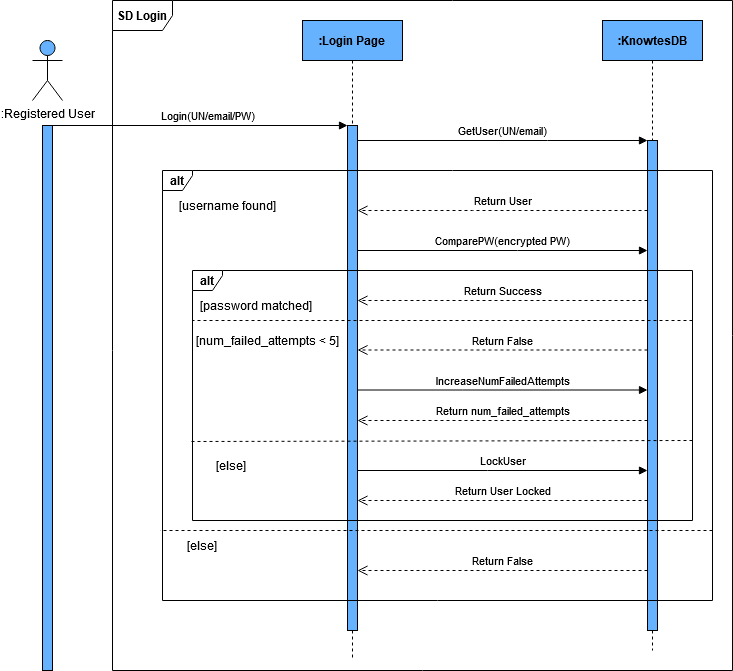
Above: Knowtes Login UML Sequence Diagram.png in ProjFall2025/Team3 (draw.io), before the change. Source tidied: cells renumbered, new cells last; positions are measured from the earlier drawing's top-left corner, leaving out a move shared by most shapes.
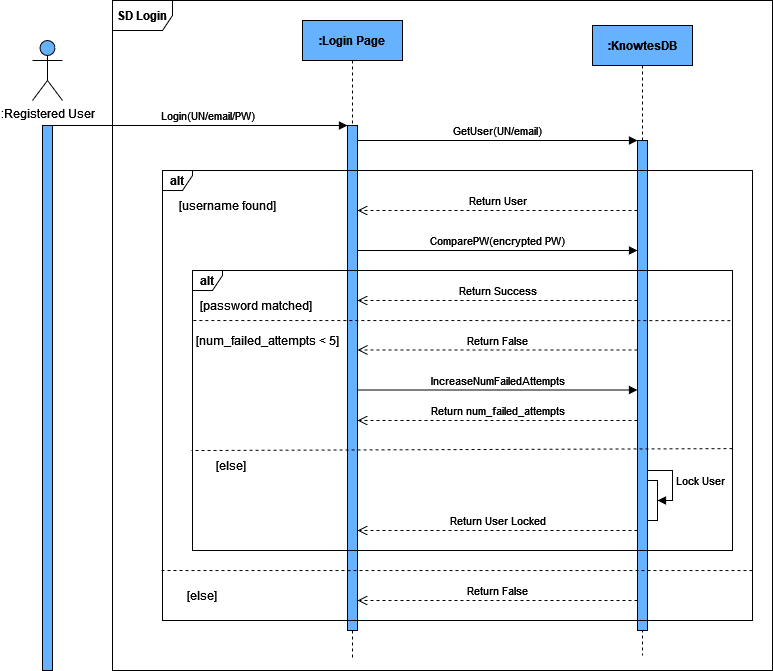
The same diagram one commit later.

Commit message:
Updated Use Case and Sequence Diagrams

Change to the diagram source:
```diff
@@ -34,14 +34,25 @@
       <mxGeometry y="40" width="30" height="60" as="geometry" />
     </mxCell>
     <mxCell id="8" value="&lt;b&gt;SD Login&lt;/b&gt;" style="shape=umlFrame;whiteSpace=wrap;html=1;" parent="1" vertex="1">
-      <mxGeometry x="80" width="620" height="670" as="geometry" />
+      <mxGeometry x="80" width="660" height="670" as="geometry" />
     </mxCell>
     <mxCell id="9" value="&lt;b&gt;:KnowtesDB&lt;/b&gt;" style="shape=umlLifeline;perimeter=lifelinePerimeter;whiteSpace=wrap;html=1;newEdgeStyle={&quot;edgeStyle&quot;:&quot;elbowEdgeStyle&quot;,&quot;elbow&quot;:&quot;vertical&quot;,&quot;curved&quot;:0,&quot;rounded&quot;:0};fillColor=#66B2FF;" parent="1" vertex="1">
-      <mxGeometry x="570" y="20" width="100" height="630" as="geometry" />
+      <mxGeometry x="560" y="25" width="100" height="630" as="geometry" />
     </mxCell>
     <mxCell id="10" style="html=1;points=[];perimeter=orthogonalPerimeter;outlineConnect=0;targetShapes=umlLifeline;portConstraint=eastwest;newEdgeStyle={&quot;edgeStyle&quot;:&quot;elbowEdgeStyle&quot;,&quot;elbow&quot;:&quot;vertical&quot;,&quot;curved&quot;:0,&quot;rounded&quot;:0};fillColor=#66B2FF;" parent="9" vertex="1">
-      <mxGeometry x="45" y="120" width="10" height="490" as="geometry" />
+      <mxGeometry x="45" y="115" width="10" height="490" as="geometry" />
     </mxCell>
+    <mxCell id="30" style="html=1;points=[[0,0,0,0,5],[0,1,0,0,-5],[1,0,0,0,5],[1,1,0,0,-5]];perimeter=orthogonalPerimeter;outlineConnect=0;targetShapes=umlLifeline;portConstraint=eastwest;newEdgeStyle={&quot;curved&quot;:0,&quot;rounded&quot;:0};" parent="9" vertex="1">
+      <mxGeometry x="55" y="455" width="10" height="40" as="geometry" />
+    </mxCell>
+    <mxCell id="31" value="Lock User" style="html=1;align=left;spacingLeft=2;endArrow=block;rounded=0;edgeStyle=orthogonalEdgeStyle;curved=0;rounded=0;" parent="9" edge="1" source="10" target="30">
+      <mxGeometry relative="1" as="geometry">
+        <Array as="points">
+          <mxPoint x="80" y="445" />
+          <mxPoint x="80" y="475" />
+        </Array>
+      </mxGeometry>
+    </mxCell>
     <mxCell id="11" value="GetUser(UN/email)" style="html=1;verticalAlign=bottom;endArrow=block;edgeStyle=elbowEdgeStyle;elbow=vertical;curved=0;rounded=0;" parent="1" edge="1" source="3" target="10">
       <mxGeometry relative="1" as="geometry">
         <Array as="points">
@@ -51,27 +62,28 @@
         </Array>
       </mxGeometry>
     </mxCell>
-    <mxCell id="12" value="Return False" style="html=1;verticalAlign=bottom;endArrow=open;dashed=1;endSize=8;edgeStyle=elbowEdgeStyle;elbow=vertical;curved=0;rounded=0;" parent="1" edge="1" source="10" target="3">
+    <mxCell id="12" value="Return False" style="html=1;verticalAlign=bottom;endArrow=open;dashed=1;endSize=8;edgeStyle=elbowEdgeStyle;elbow=vertical;curved=0;rounded=0;" parent="1" edge="1">
       <mxGeometry relative="1" as="geometry">
+        <mxPoint x="605" y="600" as="sourcePoint" />
+        <mxPoint x="325" y="600" as="targetPoint" />
         <Array as="points">
-          <mxPoint x="510" y="570" />
-          <mxPoint x="525" y="560" />
-          <mxPoint x="370" y="550" />
-          <mxPoint x="400" y="490" />
-          <mxPoint x="480" y="550" />
-          <mxPoint x="495" y="530" />
-          <mxPoint x="495" y="530" />
-          <mxPoint x="505" y="630" />
+          <mxPoint x="510" y="600" />
+          <mxPoint x="525" y="590" />
+          <mxPoint x="370" y="580" />
+          <mxPoint x="400" y="520" />
+          <mxPoint x="480" y="580" />
+          <mxPoint x="495" y="560" />
+          <mxPoint x="495" y="560" />
+          <mxPoint x="505" y="660" />
         </Array>
       </mxGeometry>
     </mxCell>
     <mxCell id="13" value="&lt;b&gt;alt&lt;/b&gt;" style="shape=umlFrame;whiteSpace=wrap;html=1;width=30;height=20;" parent="1" vertex="1">
-      <mxGeometry x="130" y="170" width="550" height="430" as="geometry" />
+      <mxGeometry x="130" y="170" width="590" height="450" as="geometry" />
     </mxCell>
-    <mxCell id="14" style="endArrow=none;dashed=1;html=1;rounded=0;exitX=0.996;exitY=0.8;exitDx=0;exitDy=0;exitPerimeter=0;entryX=-0.008;entryY=0.8;entryDx=0;entryDy=0;entryPerimeter=0;" parent="1" edge="1">
+    <mxCell id="14" style="endArrow=none;dashed=1;html=1;rounded=0;exitX=1;exitY=0.889;exitDx=0;exitDy=0;exitPerimeter=0;entryX=-0.008;entryY=0.8;entryDx=0;entryDy=0;entryPerimeter=0;" parent="1" edge="1" source="13">
       <mxGeometry relative="1" as="geometry">
-        <mxPoint x="680" y="530" as="sourcePoint" />
-        <mxPoint x="127.8" y="530" as="targetPoint" />
+        <mxPoint x="127.8" y="570" as="targetPoint" />
       </mxGeometry>
     </mxCell>
     <mxCell id="15" value="ComparePW(encrypted PW)" style="html=1;verticalAlign=bottom;endArrow=block;edgeStyle=elbowEdgeStyle;elbow=vertical;curved=0;rounded=0;" parent="1" edge="1" source="3" target="10">
@@ -82,7 +94,7 @@
       </mxGeometry>
     </mxCell>
     <mxCell id="16" value="&lt;b&gt;alt&lt;/b&gt;" style="shape=umlFrame;whiteSpace=wrap;html=1;width=30;height=20;" parent="1" vertex="1">
-      <mxGeometry x="160" y="270" width="500" height="250" as="geometry" />
+      <mxGeometry x="160" y="270" width="540" height="280" as="geometry" />
     </mxCell>
     <mxCell id="17" value="Return Success" style="html=1;verticalAlign=bottom;endArrow=open;dashed=1;endSize=8;edgeStyle=elbowEdgeStyle;elbow=vertical;curved=0;rounded=0;" parent="1" edge="1" source="10" target="3">
       <mxGeometry relative="1" as="geometry">
@@ -98,15 +110,13 @@
         </Array>
       </mxGeometry>
     </mxCell>
-    <mxCell id="18" style="endArrow=none;dashed=1;html=1;rounded=0;" parent="1" edge="1">
+    <mxCell id="18" style="endArrow=none;dashed=1;html=1;rounded=0;exitX=0.996;exitY=0.179;exitDx=0;exitDy=0;exitPerimeter=0;" parent="1" edge="1" source="16">
       <mxGeometry relative="1" as="geometry">
-        <mxPoint x="660" y="320" as="sourcePoint" />
         <mxPoint x="160" y="320" as="targetPoint" />
       </mxGeometry>
     </mxCell>
-    <mxCell id="19" value="Return False" style="html=1;verticalAlign=bottom;endArrow=open;dashed=1;endSize=8;edgeStyle=elbowEdgeStyle;elbow=vertical;curved=0;rounded=0;" parent="1" edge="1">
+    <mxCell id="19" value="Return False" style="html=1;verticalAlign=bottom;endArrow=open;dashed=1;endSize=8;edgeStyle=elbowEdgeStyle;elbow=vertical;curved=0;rounded=0;" parent="1" edge="1" source="10">
       <mxGeometry relative="1" as="geometry">
-        <mxPoint x="615" y="349.5" as="sourcePoint" />
         <mxPoint x="325" y="349.5" as="targetPoint" />
         <Array as="points">
           <mxPoint x="390" y="349.5" />
@@ -121,10 +131,9 @@
         </Array>
       </mxGeometry>
     </mxCell>
-    <mxCell id="20" value="IncreaseNumFailedAttempts" style="html=1;verticalAlign=bottom;endArrow=block;edgeStyle=elbowEdgeStyle;elbow=vertical;curved=0;rounded=0;" parent="1" edge="1">
+    <mxCell id="20" value="IncreaseNumFailedAttempts" style="html=1;verticalAlign=bottom;endArrow=block;edgeStyle=elbowEdgeStyle;elbow=vertical;curved=0;rounded=0;" parent="1" edge="1" target="10">
       <mxGeometry relative="1" as="geometry">
         <mxPoint x="325" y="389.5" as="sourcePoint" />
-        <mxPoint x="615" y="389.5" as="targetPoint" />
         <Array as="points">
           <mxPoint x="430" y="389.5" />
           <mxPoint x="400" y="409.5" />
@@ -147,10 +156,8 @@
         </Array>
       </mxGeometry>
     </mxCell>
-    <mxCell id="22" style="endArrow=none;dashed=1;html=1;rounded=0;entryX=-0.002;entryY=0.684;entryDx=0;entryDy=0;entryPerimeter=0;" parent="1" edge="1" target="16">
-      <mxGeometry relative="1" as="geometry">
-        <mxPoint x="660" y="440" as="sourcePoint" />
-      </mxGeometry>
+    <mxCell id="22" style="endArrow=none;dashed=1;html=1;rounded=0;entryX=0;entryY=0;entryDx=0;entryDy=0;exitX=1;exitY=0.636;exitDx=0;exitDy=0;exitPerimeter=0;" parent="1" edge="1" source="16" target="24">
+      <mxGeometry relative="1" as="geometry" />
     </mxCell>
     <mxCell id="23" value="[num_failed_attempts &amp;lt; 5]" style="text;html=1;whiteSpace=wrap;strokeColor=none;fillColor=none;align=center;verticalAlign=middle;rounded=0;" parent="1" vertex="1">
       <mxGeometry x="160" y="325" width="150" height="30" as="geometry" />
@@ -158,31 +165,21 @@
     <mxCell id="24" value="[else]" style="text;html=1;whiteSpace=wrap;strokeColor=none;fillColor=none;align=center;verticalAlign=middle;rounded=0;" parent="1" vertex="1">
       <mxGeometry x="159" y="450" width="80" height="30" as="geometry" />
     </mxCell>
-    <mxCell id="25" value="LockUser" style="html=1;verticalAlign=bottom;endArrow=block;edgeStyle=elbowEdgeStyle;elbow=vertical;curved=0;rounded=0;" parent="1" edge="1">
-      <mxGeometry relative="1" as="geometry">
-        <mxPoint x="325" y="470" as="sourcePoint" />
-        <mxPoint x="615" y="470" as="targetPoint" />
-        <Array as="points">
-          <mxPoint x="455" y="470" />
-          <mxPoint x="425" y="490" />
-        </Array>
-      </mxGeometry>
-    </mxCell>
     <mxCell id="26" value="Return User Locked" style="html=1;verticalAlign=bottom;endArrow=open;dashed=1;endSize=8;edgeStyle=elbowEdgeStyle;elbow=vertical;curved=0;rounded=0;" parent="1" edge="1">
       <mxGeometry relative="1" as="geometry">
-        <mxPoint x="615" y="500" as="sourcePoint" />
-        <mxPoint x="325" y="500" as="targetPoint" />
+        <mxPoint x="605" y="530" as="sourcePoint" />
+        <mxPoint x="325" y="530" as="targetPoint" />
         <Array as="points">
-          <mxPoint x="585" y="500" />
-          <mxPoint x="595" y="460" />
-          <mxPoint x="775" y="500" />
-          <mxPoint x="915" y="550" />
-          <mxPoint x="715" y="540" />
-          <mxPoint x="745" y="480" />
-          <mxPoint x="825" y="540" />
-          <mxPoint x="840" y="520" />
-          <mxPoint x="840" y="520" />
-          <mxPoint x="850" y="620" />
+          <mxPoint x="585" y="530" />
+          <mxPoint x="595" y="490" />
+          <mxPoint x="775" y="530" />
+          <mxPoint x="915" y="580" />
+          <mxPoint x="715" y="570" />
+          <mxPoint x="745" y="510" />
+          <mxPoint x="825" y="570" />
+          <mxPoint x="840" y="550" />
+          <mxPoint x="840" y="550" />
+          <mxPoint x="850" y="650" />
         </Array>
       </mxGeometry>
     </mxCell>
@@ -193,7 +190,7 @@
       <mxGeometry x="130" y="190" width="130" height="30" as="geometry" />
     </mxCell>
     <mxCell id="29" value="[else]" style="text;html=1;whiteSpace=wrap;strokeColor=none;fillColor=none;align=center;verticalAlign=middle;rounded=0;" parent="1" vertex="1">
-      <mxGeometry x="130" y="530" width="80" height="30" as="geometry" />
+      <mxGeometry x="130" y="580" width="80" height="30" as="geometry" />
     </mxCell>
   </root>
 </mxGraphModel>
```
